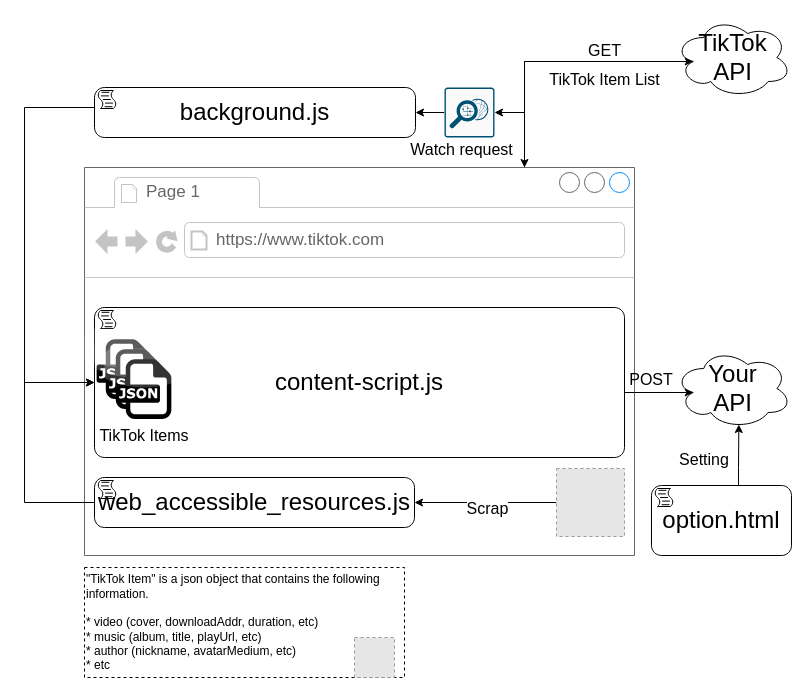
Above: overview.drawio in silverbirder/chrome-extensions-tiktok-scraping-downloader (draw.io), before the change. Source tidied: cells renumbered, new cells numbered last; positions are measured from the earlier drawing's top-left corner, leaving out a move shared by most shapes. Both pictures are drawn from the tidied source at 100%, with x=0, y=0 at pixel (24, 17). Pictures stored in the file or linked from it are replaced by grey dashed boxes.
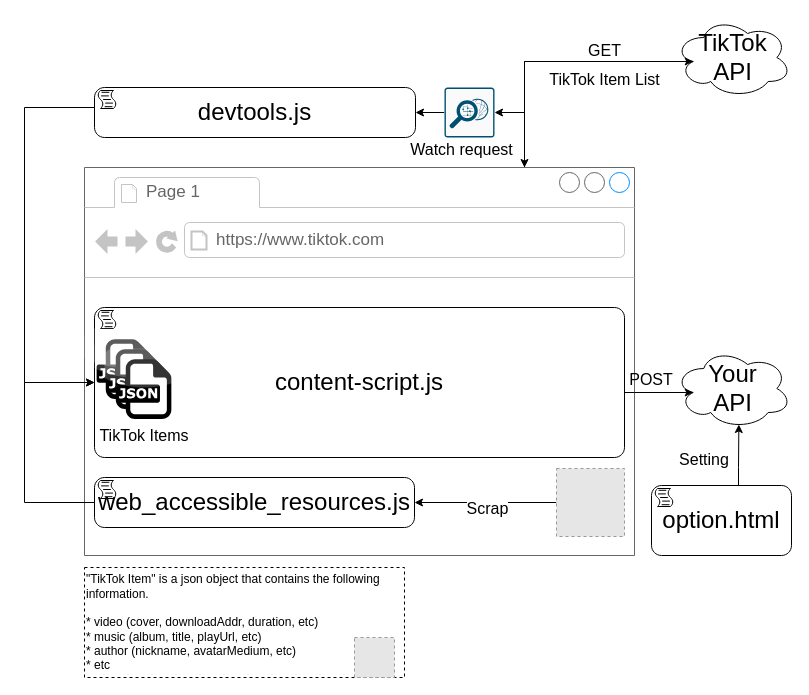
The same page after the edit.

The edit, as a diff of the source:
```diff
@@
-    <mxCell id="18" value="background.js" style="points=[[0.25,0,0],[0.5,0,0],[0.75,0,0],[1,0.25,0],[1,0.5,0],[1,0.75,0],[0.75,1,0],[0.5,1,0],[0.25,1,0],[0,0.75,0],[0,0.5,0],[0,0.25,0]];shape=mxgraph.bpmn.task;whiteSpace=wrap;rectStyle=rounded;size=10;taskMarker=script;fontSize=24;" parent="1" vertex="1">
+    <mxCell id="18" value="devtools.js" style="points=[[0.25,0,0],[0.5,0,0],[0.75,0,0],[1,0.25,0],[1,0.5,0],[1,0.75,0],[0.75,1,0],[0.5,1,0],[0.25,1,0],[0,0.75,0],[0,0.5,0],[0,0.25,0]];shape=mxgraph.bpmn.task;whiteSpace=wrap;rectStyle=rounded;size=10;taskMarker=script;fontSize=24;" parent="1" vertex="1">
       <mxGeometry x="70" y="70" width="321" height="50" as="geometry" />
     </mxCell>
```
